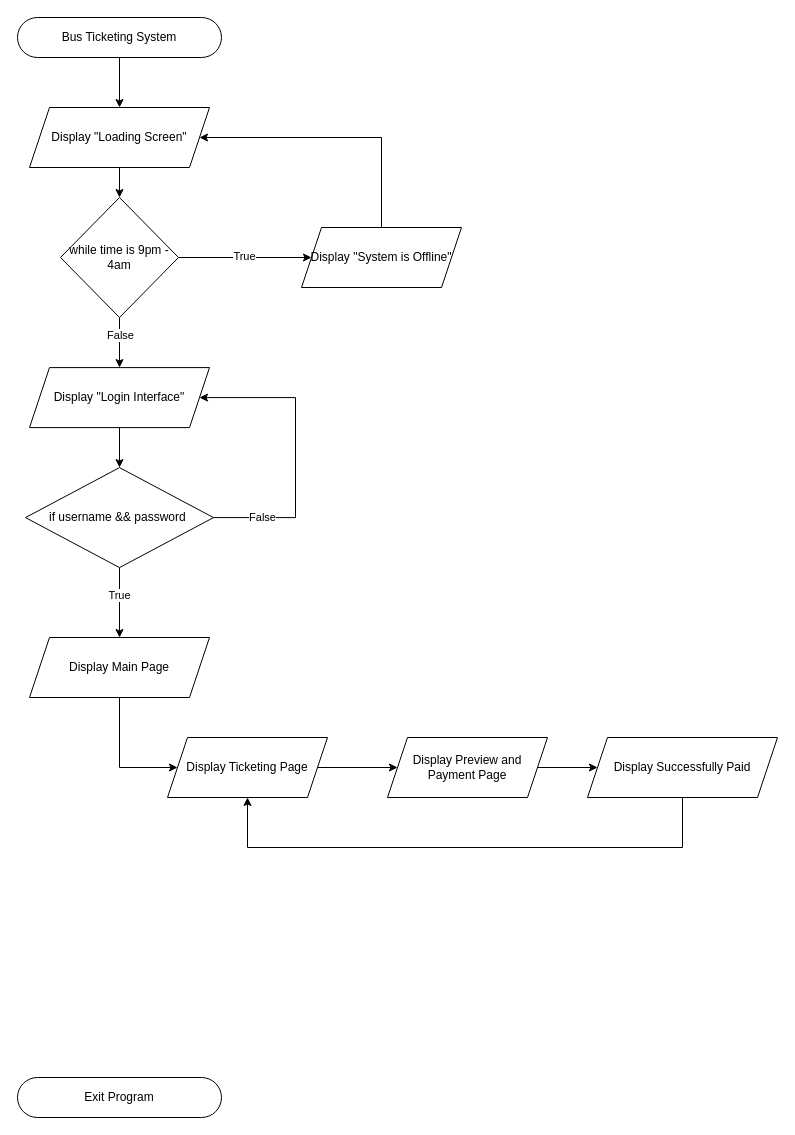
Above: Documenation/Bus Ticketing System.drawio in kenny2125/CC103-PROJECT-PROPOSAL (draw.io), before the change. Source tidied: cells renumbered, new cells numbered last; positions are measured from the earlier drawing's top-left corner, leaving out a move shared by most shapes. Both pictures are drawn from the tidied source at 100%, with x=0, y=0 at pixel (17, 17).
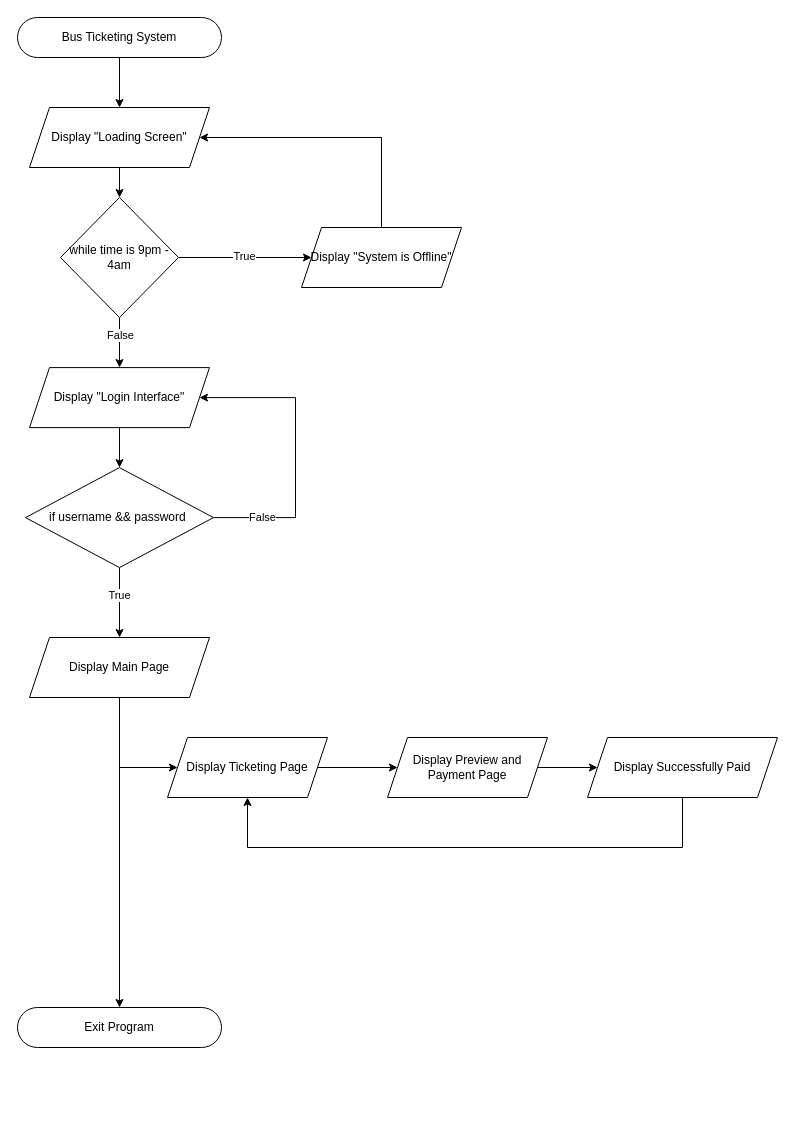
After the change.

Commit message:
Update Bus Ticketing System with Exit.drawio

The change refers to these unchanged cells:
```xml
<mxCell id="8" value="Display Main Page" style="shape=parallelogram;perimeter=parallelogramPerimeter;whiteSpace=wrap;html=1;fixedSize=1;" parent="1" vertex="1">
  <mxGeometry x="12" y="620" width="180" height="60" as="geometry" />
</mxCell>
```

What changed in the source:
```diff
@@
     <mxCell id="6" value="Exit Program" style="rounded=1;whiteSpace=wrap;html=1;fontSize=12;glass=0;strokeWidth=1;shadow=0;arcSize=50;" parent="1" vertex="1">
-      <mxGeometry y="1060" width="204" height="40" as="geometry" />
+      <mxGeometry y="990" width="204" height="40" as="geometry" />
     </mxCell>
@@
+    <mxCell id="29" style="edgeStyle=orthogonalEdgeStyle;rounded=0;jettySize=auto;html=1;entryX=0.5;entryY=0;entryDx=0;entryDy=0;" parent="1" edge="1" source="8" target="6">
+      <mxGeometry relative="1" as="geometry" />
+    </mxCell>
```
